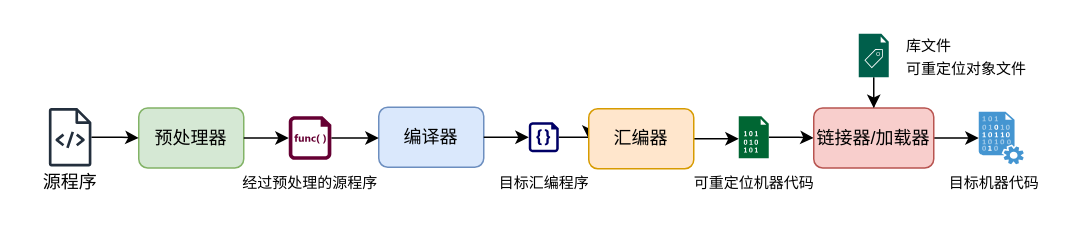
Above: 流程.drawio in Fun-James/compile-lab0 (draw.io), before the change. Source tidied: cells renumbered, new cells numbered last; positions are measured from the earlier drawing's top-left corner, leaving out a move shared by most shapes. Both pictures are drawn from the tidied source at 150%, with x=0, y=0 at pixel (24, 24).
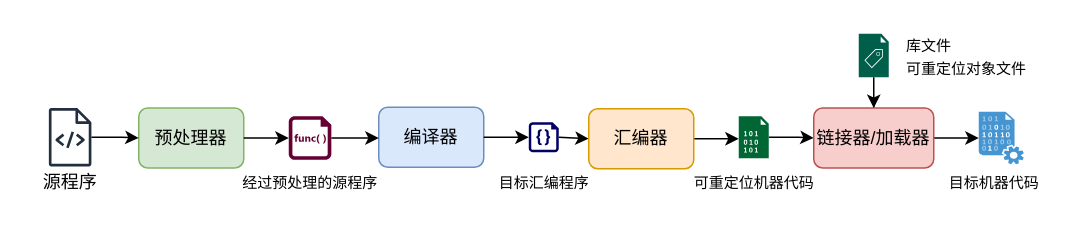
The same diagram, later.

Commit message (it also covers changes not shown here):
Update diagram for 编译流程

Replaced the drawio diagram with a new version and regenerated the corresponding PDF. The update includes changes to the diagram's structure and metadata, reflecting a revised compilation process illustration.

Unchanged cells that the change refers to:
```xml
<mxCell id="12" style="verticalLabelPosition=bottom;html=1;verticalAlign=top;align=center;strokeColor=none;fillColor=#000066;shape=mxgraph.azure.code_file;" parent="1" vertex="1">
  <mxGeometry x="336" y="65" width="20" height="20" as="geometry" />
</mxCell>
<mxCell id="15" value="汇编器" style="rounded=1;whiteSpace=wrap;html=1;fontSize=12;glass=0;strokeWidth=1;shadow=0;fillColor=#ffe6cc;strokeColor=#d79b00;" parent="1" vertex="1">
  <mxGeometry x="376" y="56" width="70" height="40" as="geometry" />
</mxCell>
```

Change to the diagram source:
```diff
@@
-    <mxCell id="11" style="edgeStyle=orthogonalEdgeStyle;rounded=0;jettySize=auto;html=1;exitX=1;exitY=0.5;exitDx=0;exitDy=0;exitPerimeter=0;entryX=0;entryY=0.5;entryDx=0;entryDy=0;" parent="1" edge="1" source="12" target="15">
+    <mxCell id="11" style="edgeStyle=none;html=1;exitX=1;exitY=0.5;exitDx=0;exitDy=0;exitPerimeter=0;entryX=0;entryY=0.5;entryDx=0;entryDy=0;" parent="1" edge="1" source="12" target="15">
       <mxGeometry relative="1" as="geometry" />
     </mxCell>
```
